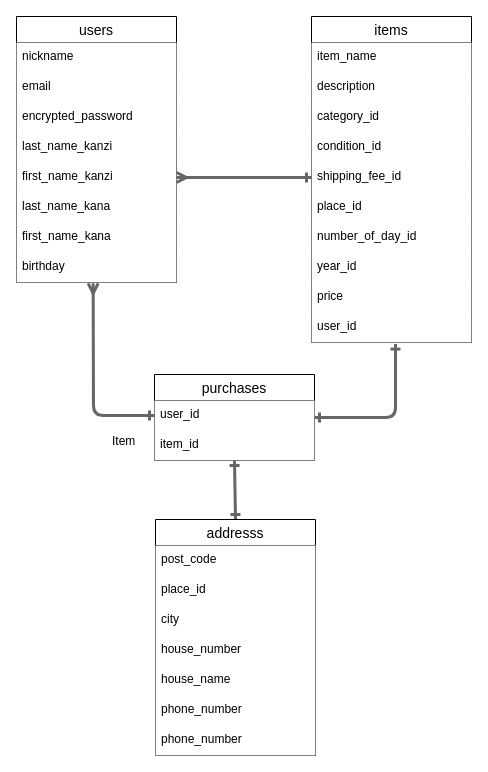
This is furima.dio from FukuyamaTokuya/furima-4675, a draw.io file, before an edit. Source tidied: cells renumbered, new cells numbered last; positions are measured from the earlier drawing's top-left corner, leaving out a move shared by most shapes. Both pictures are drawn from the tidied source at 100%, with x=0, y=0 at pixel (16, 16).
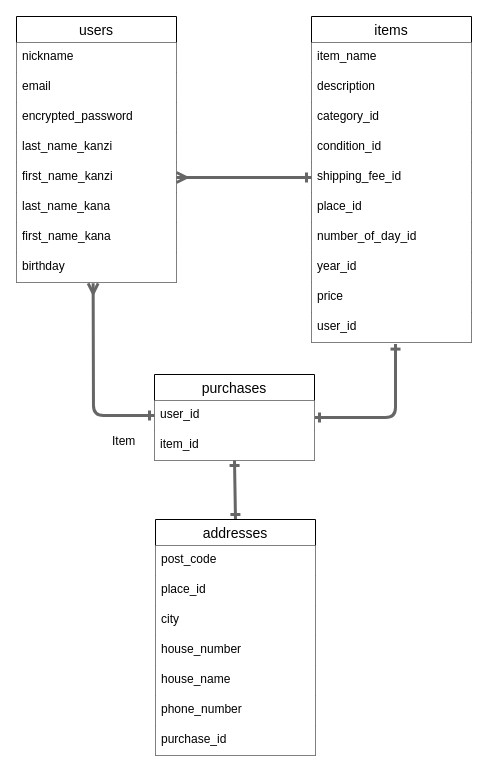
After the change.

Commit message (it also covers changes not shown here):
ER図とREADMEの修正4

Change to the diagram source:
```diff
@@
-    <mxCell id="28" value="addresss" style="swimlane;fontStyle=0;horizontal=1;startSize=26;align=center;fontSize=14;" parent="1" vertex="1">
+    <mxCell id="28" value="addresses" style="swimlane;fontStyle=0;horizontal=1;startSize=26;align=center;fontSize=14;" parent="1" vertex="1">
       <mxGeometry x="139" y="503" width="160" height="236" as="geometry" />
     </mxCell>
@@
-    <mxCell id="35" value="phone_number" style="text;strokeColor=none;fillColor=default;spacingLeft=4;spacingRight=4;overflow=hidden;fontSize=12;" parent="28" vertex="1">
+    <mxCell id="35" value="purchase_id" style="text;strokeColor=none;fillColor=default;spacingLeft=4;spacingRight=4;overflow=hidden;fontSize=12;" parent="28" vertex="1">
       <mxGeometry y="206" width="160" height="30" as="geometry" />
     </mxCell>
```
